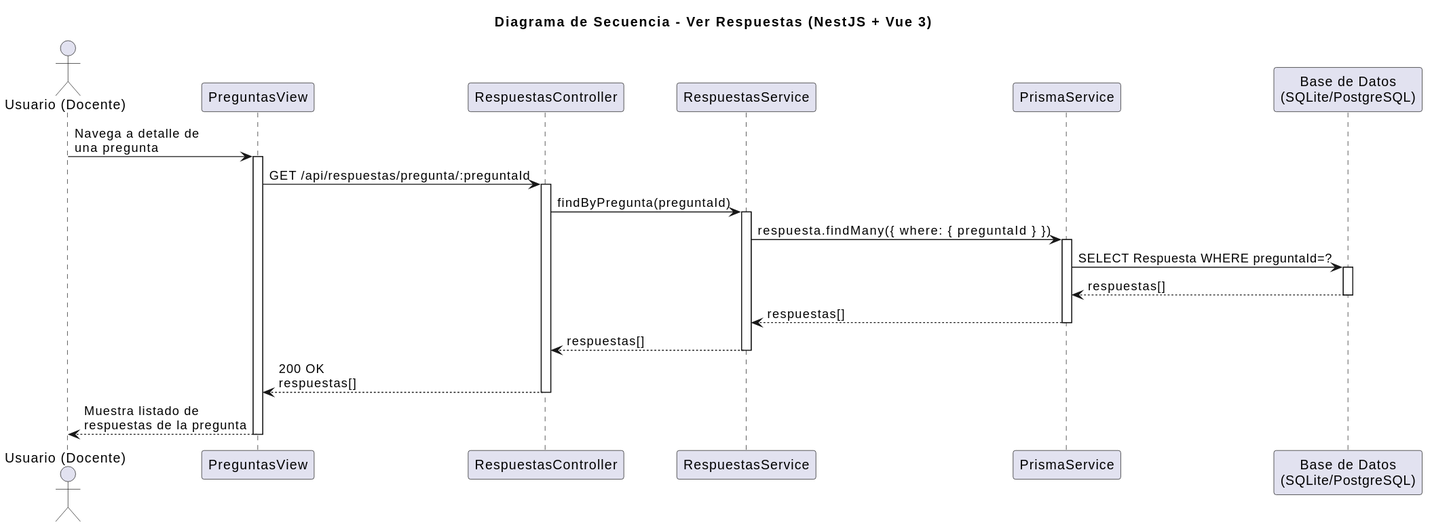
Earlier version of the PlantUML export images/diseño/verRespuestas/secuencia.svg (marcosgutierrez6/25-26-idsw2-sdVC).
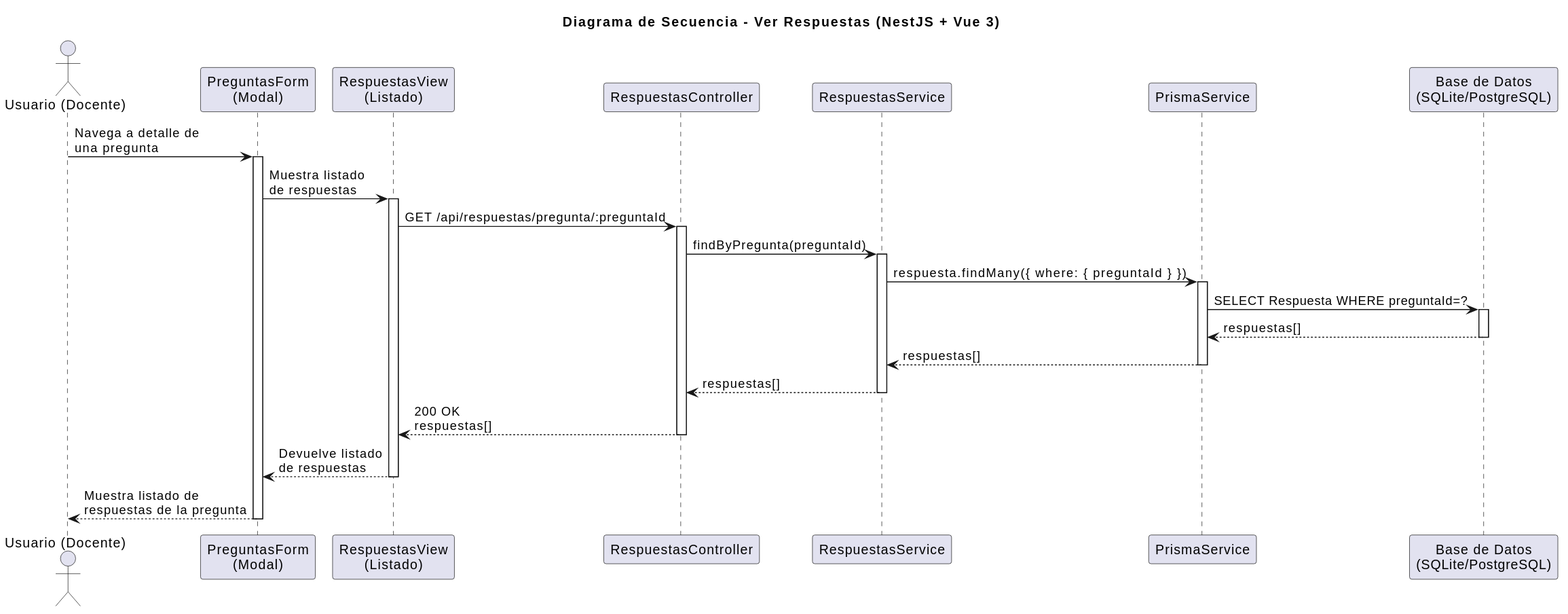
After the commit.

Diff of the diagram source:
```diff
@@ -2,16 +2,20 @@
 title Diagrama de Secuencia - Ver Respuestas (NestJS + Vue 3)
 
 actor "Usuario (Docente)" as User
-participant "PreguntasView" as FE
+participant "PreguntasForm\n(Modal)" as ParentForm
+participant "RespuestasView\n(Listado)" as List
 participant "RespuestasController" as Controller
 participant "RespuestasService" as Service
 participant "PrismaService" as Prisma
 participant "Base de Datos\n(SQLite/PostgreSQL)" as DB
 
-User -> FE: Navega a detalle de\nuna pregunta
-activate FE
+User -> ParentForm: Navega a detalle de\nuna pregunta
+activate ParentForm
 
-FE -> Controller: GET /api/respuestas/pregunta/:preguntaId
+ParentForm -> List: Muestra listado\nde respuestas
+activate List
+
+List -> Controller: GET /api/respuestas/pregunta/:preguntaId
 activate Controller
 
 Controller -> Service: findByPregunta(preguntaId)
@@ -28,9 +32,11 @@
 
 Service --> Controller: respuestas[]
 deactivate Service
-Controller --> FE: 200 OK\nrespuestas[]
+Controller --> List: 200 OK\nrespuestas[]
 deactivate Controller
 
-FE --> User: Muestra listado de\nrespuestas de la pregunta
-deactivate FE
+List --> ParentForm: Devuelve listado\nde respuestas
+deactivate List
+ParentForm --> User: Muestra listado de\nrespuestas de la pregunta
+deactivate ParentForm
 @enduml
```
